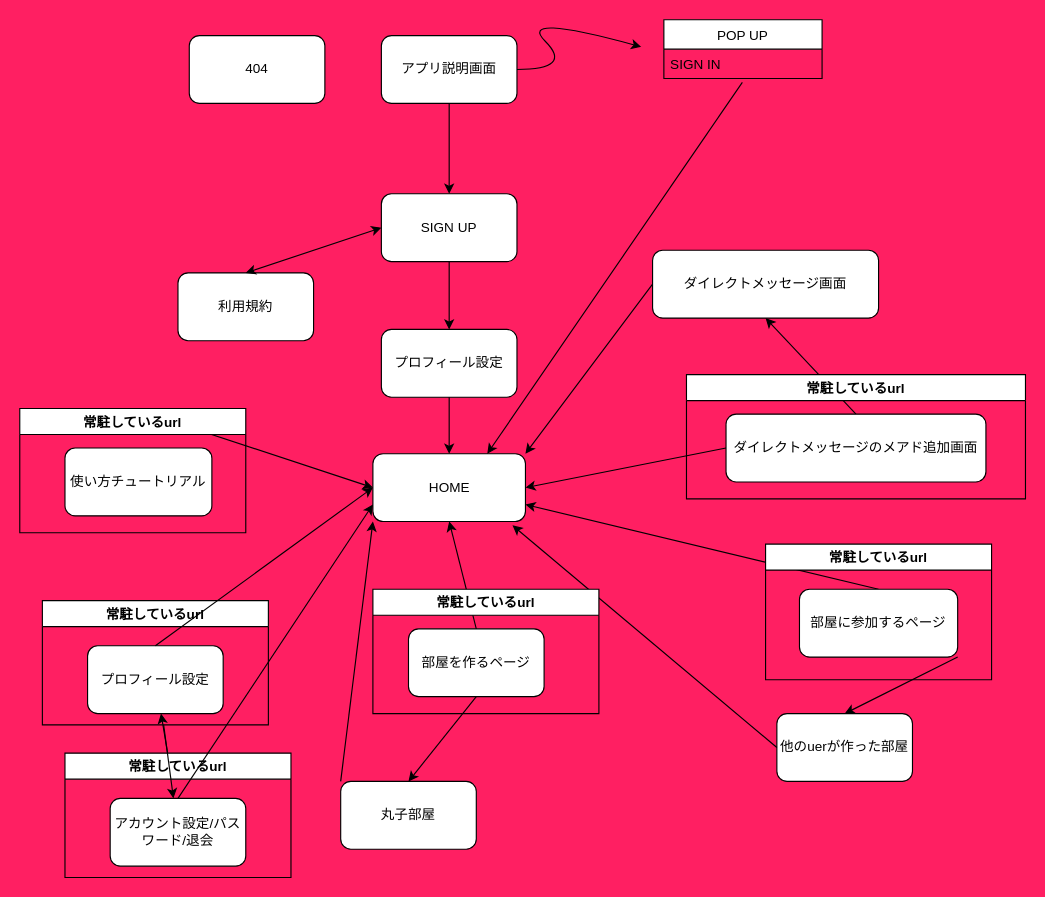
HiroCodeTrip/Tsubuyaitta keeps this draw.io diagram as Tree.drawio. Above is the earlier version. Source tidied: cells renumbered, new cells numbered last; positions are measured from the earlier drawing's top-left corner, leaving out a move shared by most shapes. Both pictures are drawn from the tidied source at 113%, with x=0, y=0 at pixel (19, 12).
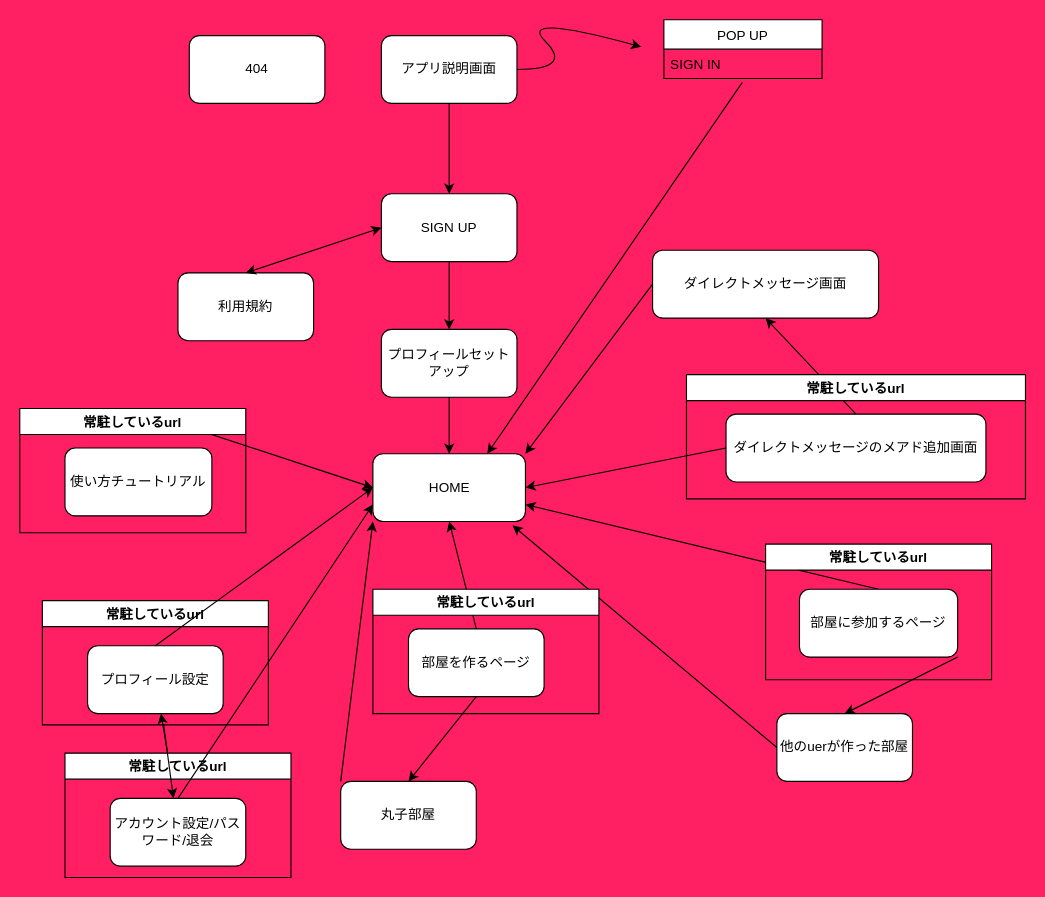
The same diagram, later.

Change to the diagram source:
```diff
@@
-    <mxCell id="3" value="プロフィール設定" style="rounded=1;whiteSpace=wrap;html=1;" parent="1" vertex="1">
+    <mxCell id="3" value="プロフィールセットアップ" style="rounded=1;whiteSpace=wrap;html=1;" parent="1" vertex="1">
       <mxGeometry x="320" y="280" width="120" height="60" as="geometry" />
     </mxCell>
```
